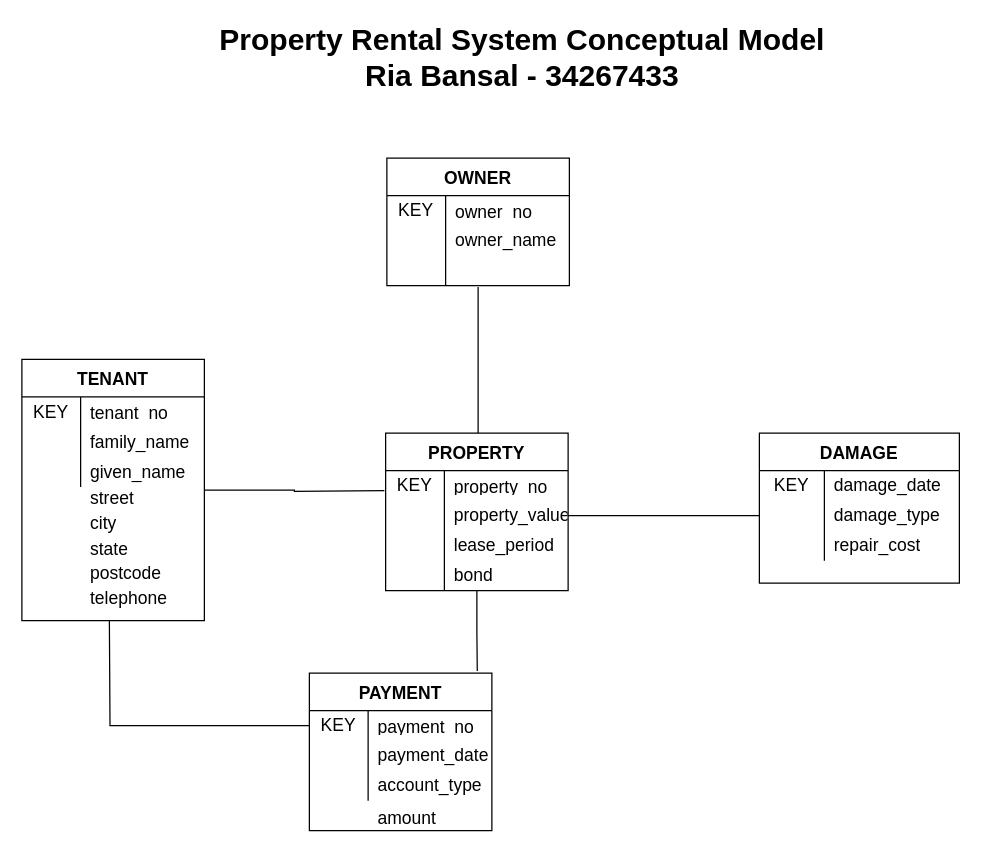
riabansal27/databases-project keeps this draw.io diagram as page "Final Model" (2 of 2) of Applied/App02/prs_conceptual.drawio. Above is the earlier version. Source tidied: cells renumbered, new cells numbered last; positions are measured from the earlier drawing's top-left corner, leaving out a move shared by most shapes. Both pictures are drawn from the tidied source at 125%, with x=0, y=0 at pixel (21, 32).
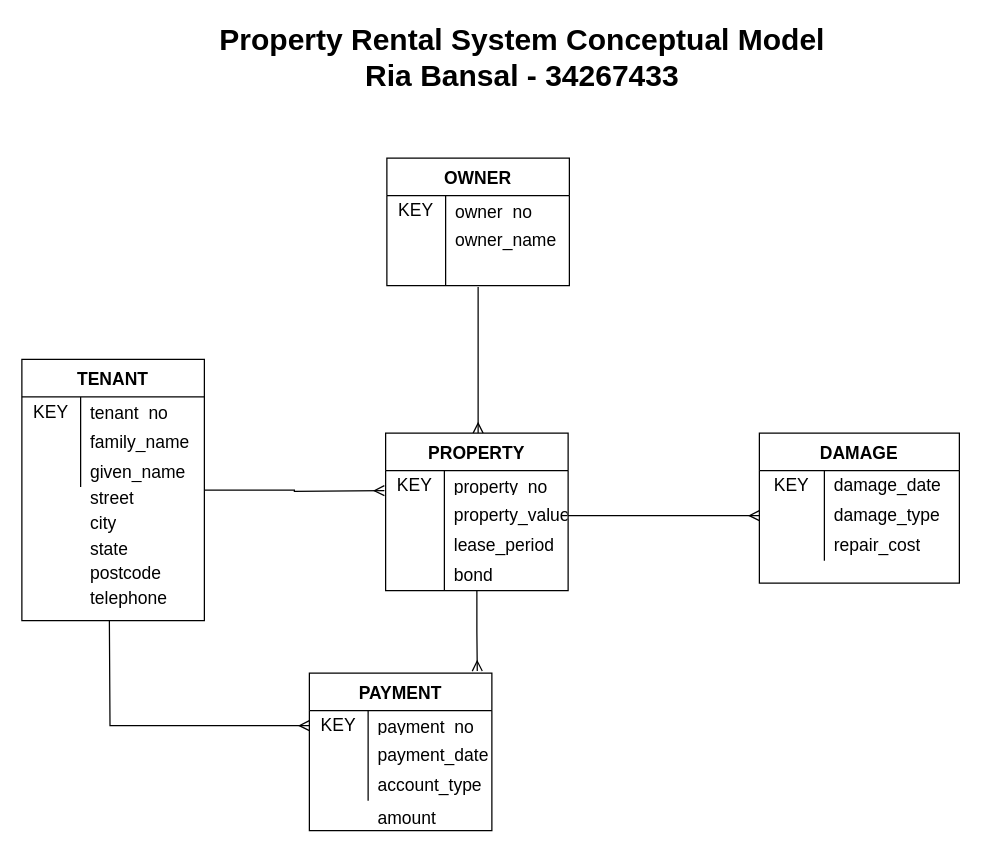
Above is the later version.

The change refers to these unchanged cells:
```xml
<mxCell id="11" style="shape=tableRow;horizontal=0;startSize=0;swimlaneHead=0;swimlaneBody=0;top=0;left=0;bottom=0;right=0;fillColor=none;points=[[0,0.5],[1,0.5]];portConstraint=eastwest;strokeColor=inherit;fontSize=16;" parent="4" vertex="1">
  <mxGeometry y="78" width="146" height="24" as="geometry" />
</mxCell>
<mxCell id="14" value="PROPERTY" style="shape=table;startSize=30;childLayout=tableLayout;rowLines=0;fontStyle=1;fontSize=14;strokeWidth=1;rounded=0;" parent="1" vertex="1">
  <mxGeometry x="291" y="320" width="146" height="126" as="geometry" />
</mxCell>
<mxCell id="18" style="shape=tableRow;horizontal=0;startSize=0;swimlaneHead=0;swimlaneBody=0;top=0;left=0;bottom=0;right=0;fillColor=none;points=[[0,0.5],[1,0.5]];portConstraint=eastwest;strokeColor=inherit;fontSize=16;" parent="14" vertex="1">
  <mxGeometry y="54" width="146" height="24" as="geometry" />
</mxCell>
<mxCell id="32" style="shape=tableRow;horizontal=0;startSize=0;swimlaneHead=0;swimlaneBody=0;top=0;left=0;bottom=0;right=0;fillColor=none;points=[[0,0.5],[1,0.5]];portConstraint=eastwest;strokeColor=inherit;fontSize=16;" parent="28" vertex="1">
  <mxGeometry y="54" width="160" height="24" as="geometry" />
</mxCell>
<mxCell id="38" value="PAYMENT" style="shape=table;startSize=30;childLayout=tableLayout;rowLines=0;fontStyle=1;fontSize=14;strokeWidth=1;rounded=0;" parent="1" vertex="1">
  <mxGeometry x="230" y="512" width="146" height="126" as="geometry" />
</mxCell>
<mxCell id="39" style="shape=tableRow;horizontal=0;startSize=0;swimlaneHead=0;swimlaneBody=0;top=0;left=0;bottom=0;right=0;fillColor=none;points=[[0,0.5],[1,0.5]];portConstraint=eastwest;strokeColor=inherit;fontSize=16;" parent="38" vertex="1">
  <mxGeometry y="30" width="146" height="24" as="geometry" />
</mxCell>
<mxCell id="52" value="TENANT" style="shape=table;startSize=30;childLayout=tableLayout;rowLines=0;fontStyle=1;fontSize=14;strokeWidth=1;rounded=0;" parent="1" vertex="1">
  <mxGeometry y="261" width="146" height="209" as="geometry" />
</mxCell>
```

Diff of the diagram source:
```diff
@@
-    <mxCell id="3" style="edgeStyle=orthogonalEdgeStyle;rounded=0;jettySize=auto;html=1;exitX=0.5;exitY=1.042;exitDx=0;exitDy=0;exitPerimeter=0;endArrow=none;endFill=0;" parent="1" edge="1" source="11">
+    <mxCell id="3" style="edgeStyle=orthogonalEdgeStyle;rounded=0;jettySize=auto;html=1;exitX=0.5;exitY=1.042;exitDx=0;exitDy=0;exitPerimeter=0;endArrow=ERmany;endFill=0;startArrow=none;startFill=0;" parent="1" edge="1" source="11">
       <mxGeometry relative="1" as="geometry">
         <mxPoint x="365" y="320" as="targetPoint" />
       </mxGeometry>
     </mxCell>
@@
-    <mxCell id="27" style="edgeStyle=orthogonalEdgeStyle;rounded=0;jettySize=auto;html=1;entryX=0;entryY=0.5;entryDx=0;entryDy=0;endArrow=none;endFill=0;" parent="1" edge="1" target="39">
+    <mxCell id="27" style="edgeStyle=orthogonalEdgeStyle;rounded=0;jettySize=auto;html=1;entryX=0;entryY=0.5;entryDx=0;entryDy=0;endArrow=ERmany;endFill=0;" parent="1" edge="1" target="39">
       <mxGeometry relative="1" as="geometry">
         <mxPoint x="70" y="470" as="sourcePoint" />
       </mxGeometry>
     </mxCell>
@@
-    <mxCell id="48" style="edgeStyle=orthogonalEdgeStyle;rounded=0;jettySize=auto;html=1;entryX=0;entryY=0.5;entryDx=0;entryDy=0;endArrow=none;endFill=0;" parent="1" edge="1" source="18" target="32">
+    <mxCell id="48" style="edgeStyle=orthogonalEdgeStyle;rounded=0;jettySize=auto;html=1;entryX=0;entryY=0.5;entryDx=0;entryDy=0;endArrow=ERmany;endFill=0;" parent="1" edge="1" source="18" target="32">
       <mxGeometry relative="1" as="geometry" />
     </mxCell>
@@
-    <mxCell id="51" style="edgeStyle=orthogonalEdgeStyle;rounded=0;jettySize=auto;html=1;endArrow=none;endFill=0;" parent="1" edge="1" source="52">
+    <mxCell id="51" style="edgeStyle=orthogonalEdgeStyle;rounded=0;jettySize=auto;html=1;endArrow=ERmany;endFill=0;" parent="1" edge="1" source="52">
       <mxGeometry relative="1" as="geometry">
         <mxPoint x="290" y="366" as="targetPoint" />
       </mxGeometry>
     </mxCell>
@@
-    <mxCell id="66" style="edgeStyle=orthogonalEdgeStyle;rounded=0;jettySize=auto;html=1;entryX=0.92;entryY=-0.013;entryDx=0;entryDy=0;entryPerimeter=0;endArrow=none;endFill=0;" parent="1" edge="1" source="14" target="38">
+    <mxCell id="66" style="edgeStyle=orthogonalEdgeStyle;rounded=0;jettySize=auto;html=1;entryX=0.92;entryY=-0.013;entryDx=0;entryDy=0;entryPerimeter=0;endArrow=ERmany;endFill=0;" parent="1" edge="1" source="14" target="38">
       <mxGeometry relative="1" as="geometry" />
     </mxCell>
```
